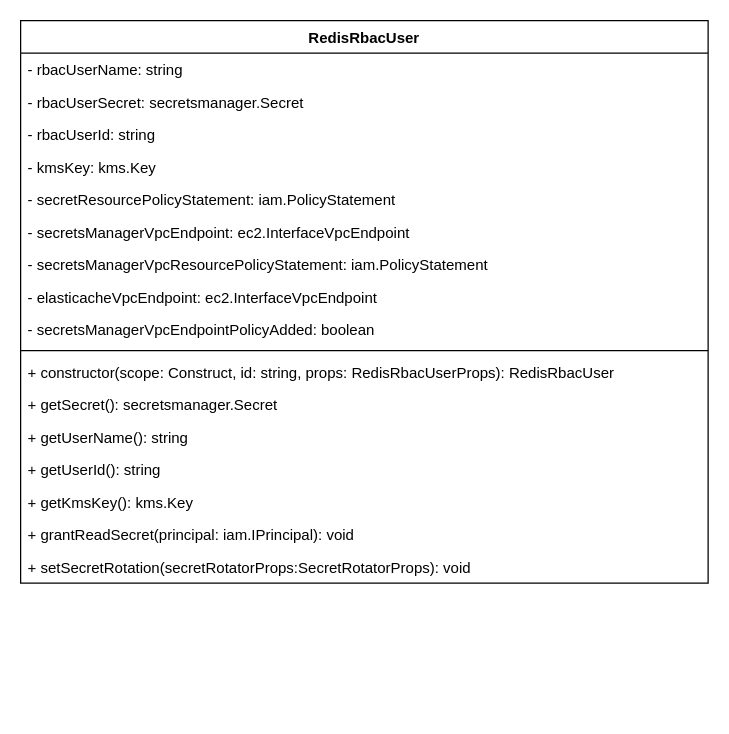
Above: page "ClassDiagrams" (6 of 6) of docs/drawio/raw.drawio in its-mirus-lu/aws-cdk-elasticache-redis-iam-rbac (draw.io), before the change. Source tidied: cells renumbered, new cells numbered last; positions are measured from the earlier drawing's top-left corner, leaving out a move shared by most shapes. Both pictures are drawn from the tidied source at 125%, with x=0, y=0 at pixel (20, 20).
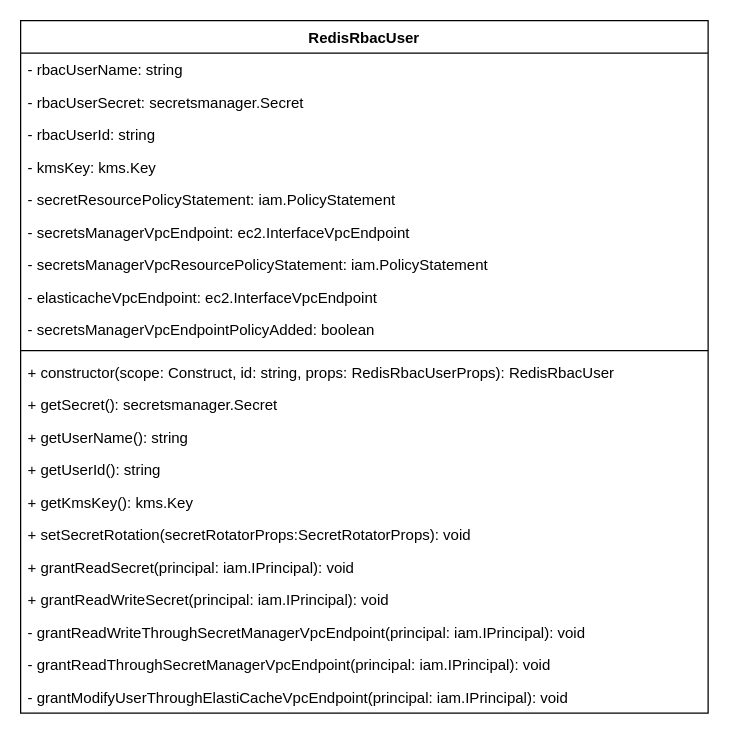
Above is the later version.

Commit message (it also covers changes not shown here):
Updated diagrams and added rotator to consumer

The edit, as a diff of the source:
```diff
@@
     <mxCell id="2" value="RedisRbacUser" style="swimlane;fontStyle=1;align=center;verticalAlign=top;horizontal=1;startSize=26;" parent="1" vertex="1">
-      <mxGeometry width="550" height="450" as="geometry" />
+      <mxGeometry width="550" height="554" as="geometry" />
     </mxCell>
@@
+    <mxCell id="19" value="+ setSecretRotation(secretRotatorProps:SecretRotatorProps): void" style="text;strokeColor=none;fillColor=none;align=left;verticalAlign=top;spacingLeft=4;spacingRight=4;overflow=hidden;" parent="2" vertex="1">
+      <mxGeometry y="398" width="550" height="26" as="geometry" />
+    </mxCell>
     <mxCell id="18" value="+ grantReadSecret(principal: iam.IPrincipal): void" style="text;strokeColor=none;fillColor=none;align=left;verticalAlign=top;spacingLeft=4;spacingRight=4;overflow=hidden;" parent="2" vertex="1">
-      <mxGeometry y="398" width="550" height="26" as="geometry" />
+      <mxGeometry y="424" width="550" height="26" as="geometry" />
     </mxCell>
-    <mxCell id="19" value="+ setSecretRotation(secretRotatorProps:SecretRotatorProps): void" style="text;strokeColor=none;fillColor=none;align=left;verticalAlign=top;spacingLeft=4;spacingRight=4;overflow=hidden;" parent="2" vertex="1">
-      <mxGeometry y="424" width="550" height="26" as="geometry" />
-    </mxCell>
+    <mxCell id="20" value="+ grantReadWriteSecret(principal: iam.IPrincipal): void" style="text;strokeColor=none;fillColor=none;align=left;verticalAlign=top;spacingLeft=4;spacingRight=4;overflow=hidden;" parent="2" vertex="1">
+      <mxGeometry y="450" width="550" height="26" as="geometry" />
+    </mxCell>
+    <mxCell id="21" value="- grantReadWriteThroughSecretManagerVpcEndpoint(principal: iam.IPrincipal): void" style="text;strokeColor=none;fillColor=none;align=left;verticalAlign=top;spacingLeft=4;spacingRight=4;overflow=hidden;" parent="2" vertex="1">
+      <mxGeometry y="476" width="550" height="26" as="geometry" />
+    </mxCell>
+    <mxCell id="22" value="- grantReadThroughSecretManagerVpcEndpoint(principal: iam.IPrincipal): void" style="text;strokeColor=none;fillColor=none;align=left;verticalAlign=top;spacingLeft=4;spacingRight=4;overflow=hidden;" parent="2" vertex="1">
+      <mxGeometry y="502" width="550" height="26" as="geometry" />
+    </mxCell>
+    <mxCell id="23" value="- grantModifyUserThroughElastiCacheVpcEndpoint(principal: iam.IPrincipal): void" style="text;strokeColor=none;fillColor=none;align=left;verticalAlign=top;spacingLeft=4;spacingRight=4;overflow=hidden;" parent="2" vertex="1">
+      <mxGeometry y="528" width="550" height="26" as="geometry" />
+    </mxCell>
```
